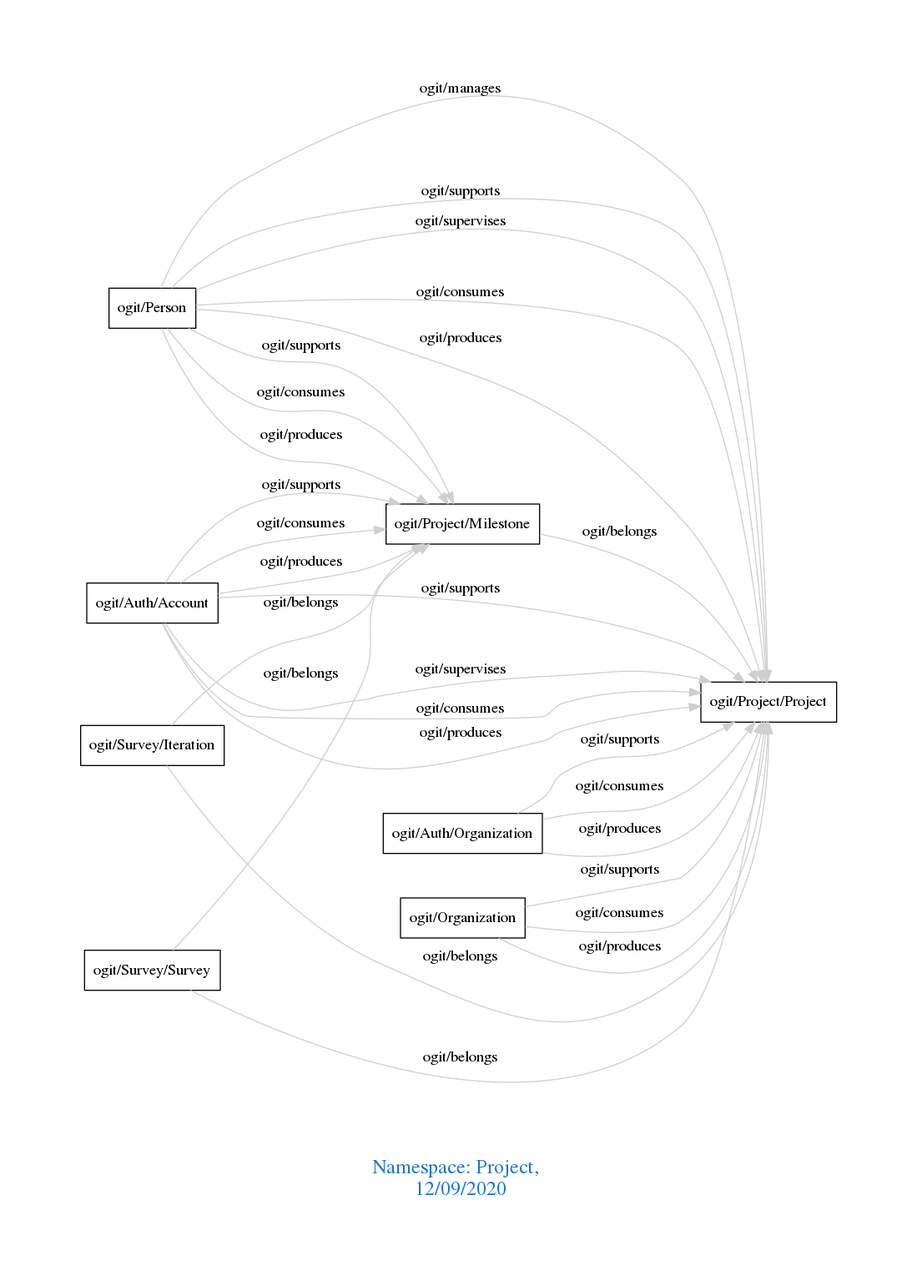
arago/OGIT keeps this Graphviz diagram as downloads/Project.png. Above is the earlier version. Its source is kept beside it as downloads/Project.dot.
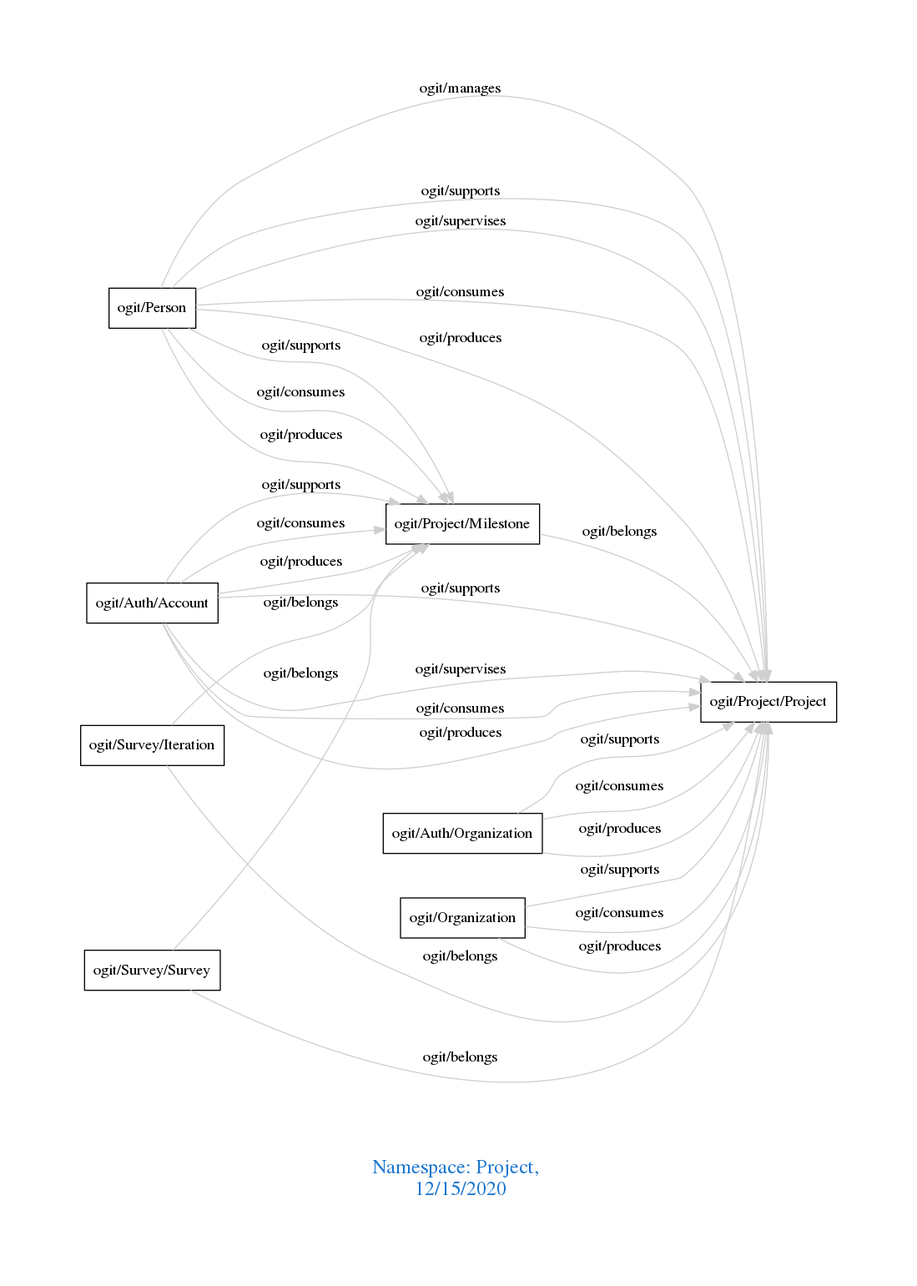
The same diagram one commit later.

Change to the diagram source:
```diff
@@ -1,7 +1,7 @@
 digraph OGIT_ontology {
  graph [ rankdir= LR,pad=1
 fontsize = 18,
-fontcolor= dodgerblue3,label = "\n\n\nNamespace: Project, \n 12/09/2020"];
+fontcolor= dodgerblue3,label = "\n\n\nNamespace: Project, \n 12/15/2020"];
 node[shape=polygon];
 edge [  color="gray81"];
 
```
